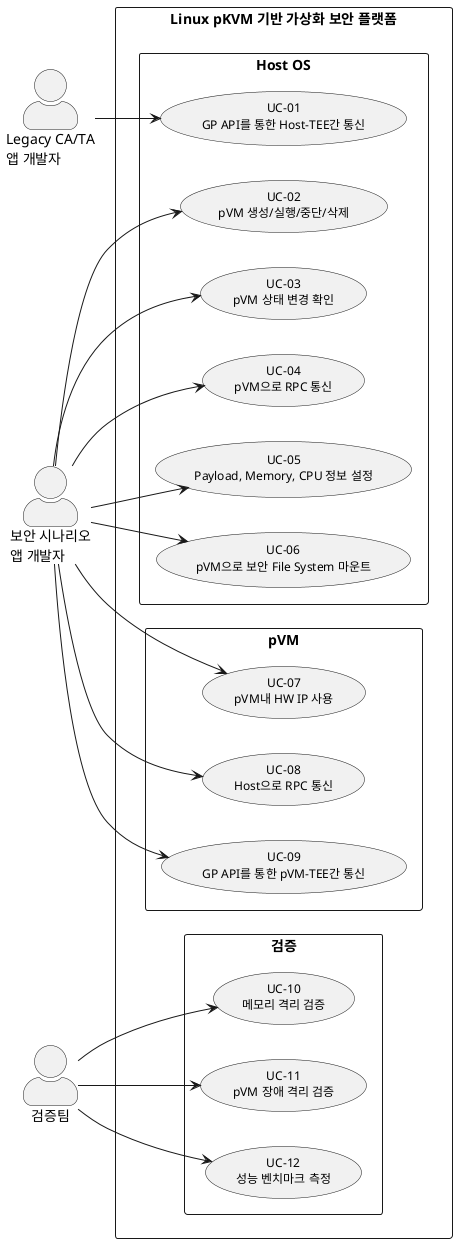
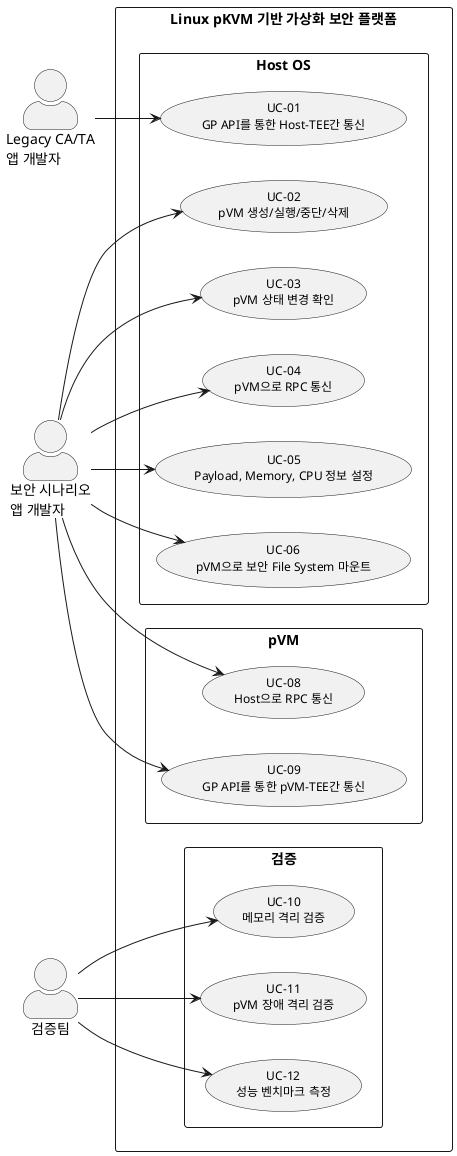
@startuml

left to right direction
skinparam packageStyle rectangle
skinparam usecaseFontSize 12
skinparam actorStyle awesome

actor "Legacy CA/TA\n앱 개발자" as CLAD
actor "보안 시나리오\n앱 개발자" as CSAD
actor "검증팀" as CVT

rectangle "Linux pKVM 기반 가상화 보안 플랫폼" {

  package "Host OS" {
    usecase "UC-01\nGP API를 통한 Host-TEE간 통신" as UC01
    usecase "UC-02\npVM 생성/실행/중단/삭제" as UC02
    usecase "UC-03\npVM 상태 변경 확인" as UC03
    usecase "UC-04\npVM으로 RPC 통신" as UC04
    usecase "UC-05\nPayload, Memory, CPU 정보 설정" as UC05
    usecase "UC-06\npVM으로 보안 File System 마운트" as UC06
  }

  package "pVM" {
-     usecase "UC-07\npVM내 HW IP 사용" as UC07
    usecase "UC-08\nHost으로 RPC 통신" as UC08
    usecase "UC-09\nGP API를 통한 pVM-TEE간 통신" as UC09
  }

  package "검증" {
    usecase "UC-10\n메모리 격리 검증" as UC10
    usecase "UC-11\npVM 장애 격리 검증" as UC11
    usecase "UC-12\n성능 벤치마크 측정" as UC12
  }
}

CLAD --> UC01

CSAD --> UC02
CSAD --> UC03
CSAD --> UC04
CSAD --> UC05
CSAD --> UC06
- CSAD --> UC07
CSAD --> UC08
CSAD --> UC09

CVT --> UC10
CVT --> UC11
CVT --> UC12

@enduml
